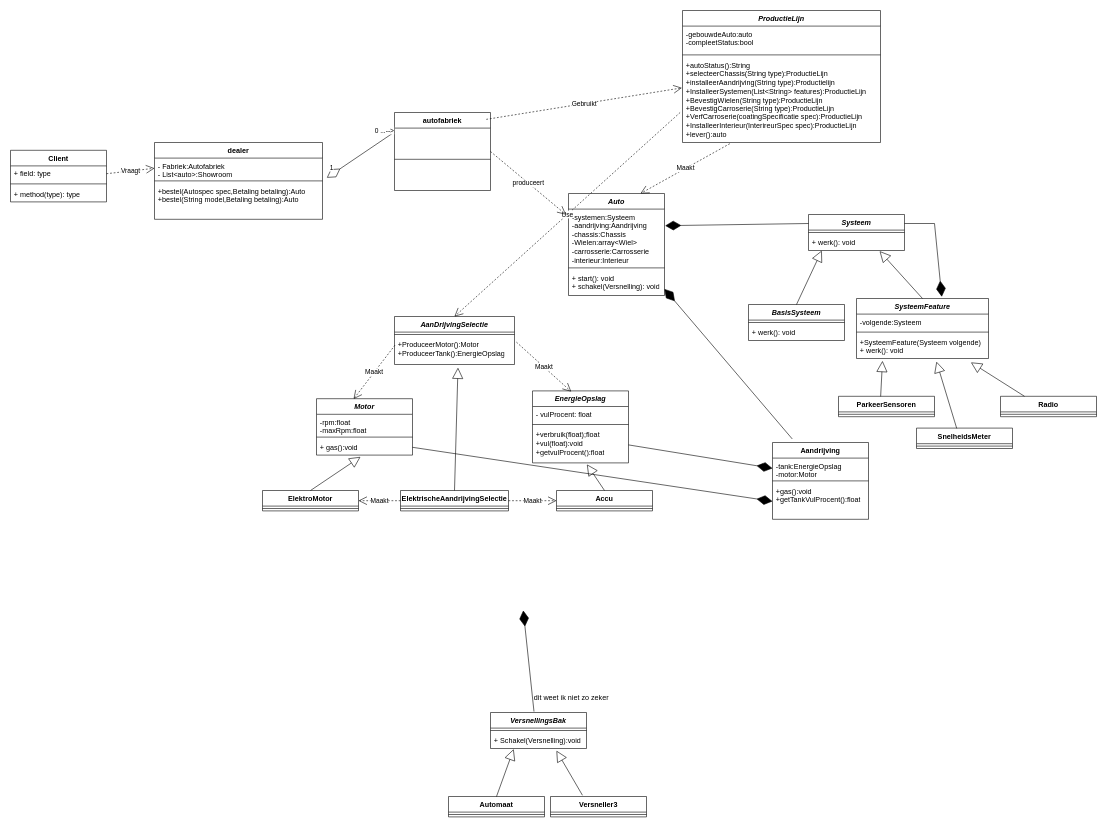
Earlier version of the draw.io diagram vanKris.drawio (Elipam/Design-patterns). Source tidied: cells renumbered, new cells numbered last; positions are measured from the earlier drawing's top-left corner, leaving out a move shared by most shapes. Both pictures are drawn from the tidied source at 60%, with x=0, y=0 at pixel (10, 10).
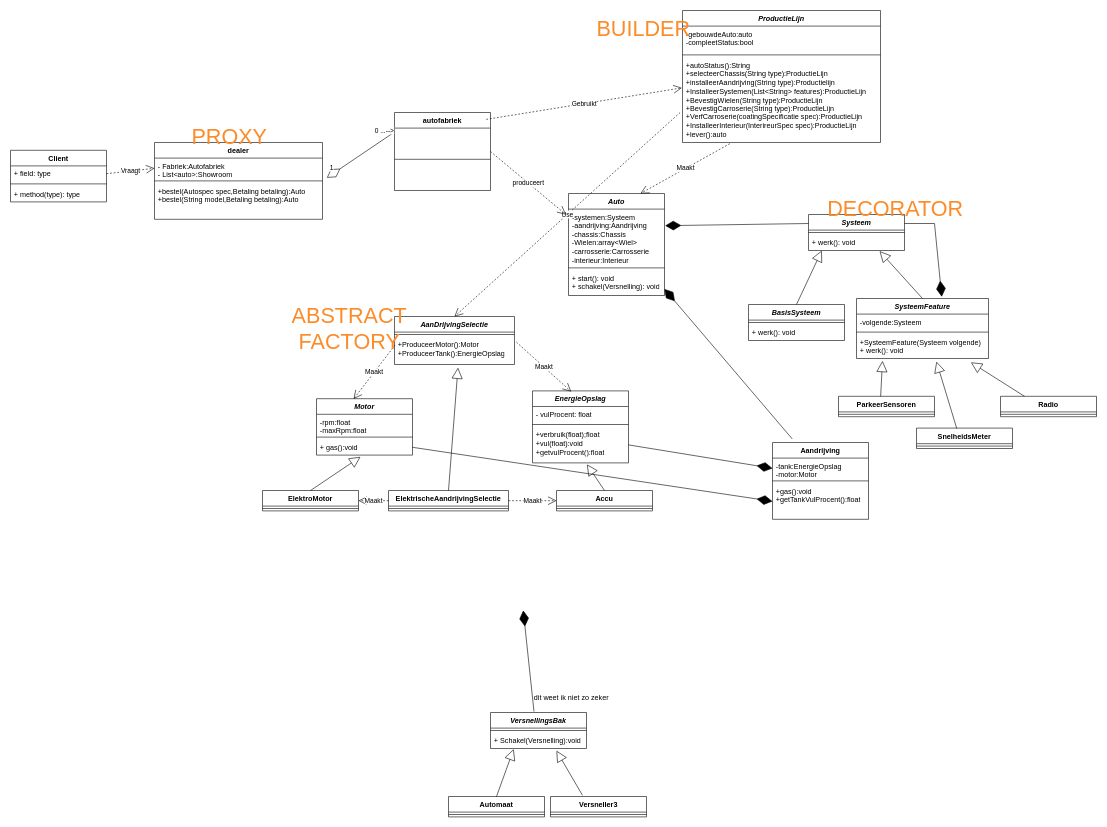
Above is the later version.

Commit message:
behulpzame notities

The edit, as a diff of the source:
```diff
@@
     <mxCell id="61" value="ElektrischeAandrijvingSelectie" style="swimlane;fontStyle=1;align=center;verticalAlign=top;horizontal=1;startSize=26;whiteSpace=wrap;html=1;" parent="1" vertex="1">
-      <mxGeometry x="650" y="800" width="180" height="34" as="geometry" />
+      <mxGeometry x="630" y="800" width="200" height="34" as="geometry" />
     </mxCell>
     <mxCell id="62" style="line;strokeWidth=1;fillColor=none;align=left;verticalAlign=middle;spacingTop=-1;spacingLeft=3;spacingRight=3;labelPosition=right;strokeColor=inherit;" parent="61" vertex="1">
-      <mxGeometry y="26" width="180" height="8" as="geometry" />
+      <mxGeometry y="26" width="200" height="8" as="geometry" />
     </mxCell>
@@
+    <mxCell id="93" value="&lt;font color=&quot;#fc8b28&quot;&gt;&lt;span style=&quot;font-size: 36px;&quot;&gt;PROXY&lt;/span&gt;&lt;/font&gt;" style="text;html=1;strokeColor=none;fillColor=none;align=center;verticalAlign=middle;whiteSpace=wrap;rounded=0;" parent="1" vertex="1">
+      <mxGeometry x="285" y="180" width="160" height="60" as="geometry" />
+    </mxCell>
+    <mxCell id="94" value="&lt;font color=&quot;#fc8b28&quot;&gt;&lt;span style=&quot;font-size: 36px;&quot;&gt;BUILDER&lt;/span&gt;&lt;/font&gt;" style="text;html=1;strokeColor=none;fillColor=none;align=center;verticalAlign=middle;whiteSpace=wrap;rounded=0;" parent="1" vertex="1">
+      <mxGeometry x="975" width="160" height="60" as="geometry" />
+    </mxCell>
+    <mxCell id="95" value="&lt;font color=&quot;#fc8b28&quot;&gt;&lt;span style=&quot;font-size: 36px;&quot;&gt;ABSTRACT FACTORY&lt;/span&gt;&lt;/font&gt;" style="text;html=1;strokeColor=none;fillColor=none;align=center;verticalAlign=middle;whiteSpace=wrap;rounded=0;" parent="1" vertex="1">
+      <mxGeometry x="450" y="490" width="230" height="80" as="geometry" />
+    </mxCell>
+    <mxCell id="96" value="&lt;font color=&quot;#fc8b28&quot;&gt;&lt;span style=&quot;font-size: 36px;&quot;&gt;DECORATOR&lt;/span&gt;&lt;/font&gt;" style="text;html=1;strokeColor=none;fillColor=none;align=center;verticalAlign=middle;whiteSpace=wrap;rounded=0;" parent="1" vertex="1">
+      <mxGeometry x="1340" y="300" width="270" height="60" as="geometry" />
+    </mxCell>
```
